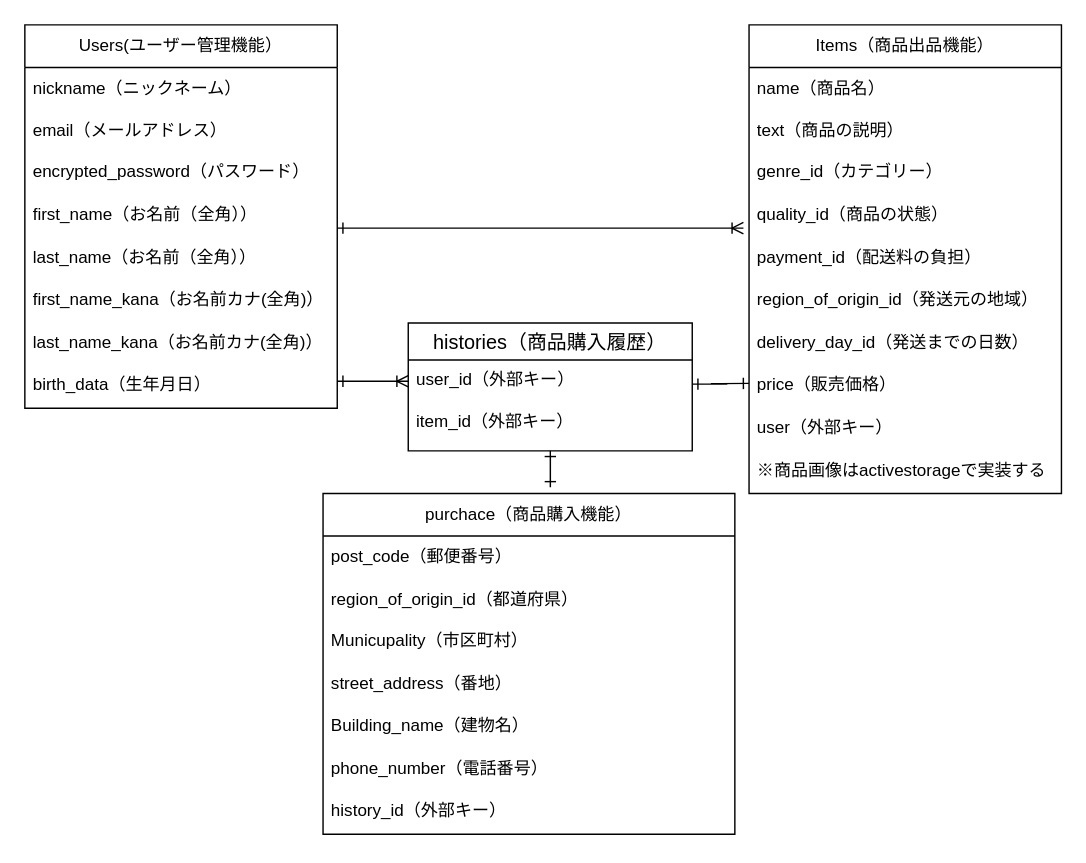
harunanon/furima-40915 keeps this draw.io diagram as test.dio. Above is the earlier version. Source tidied: cells renumbered, new cells numbered last; positions are measured from the earlier drawing's top-left corner, leaving out a move shared by most shapes. Both pictures are drawn from the tidied source at 142%, with x=0, y=0 at pixel (24, 24).
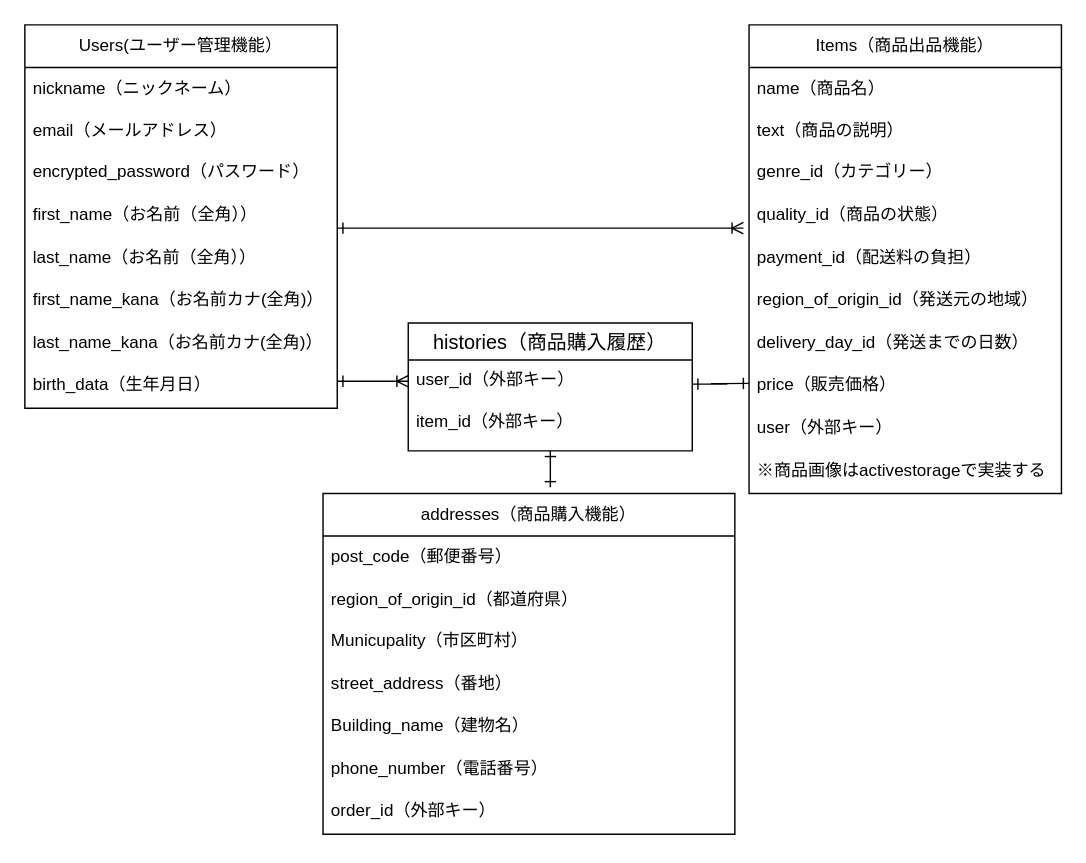
The same page after the edit.

Change to the diagram source:
```diff
@@
-    <mxCell id="29" value="purchace（商品購入機能）" style="swimlane;fontStyle=0;horizontal=1;startSize=30;whiteSpace=wrap;html=1;" parent="1" vertex="1">
+    <mxCell id="29" value="addresses（商品購入機能）" style="swimlane;fontStyle=0;horizontal=1;startSize=30;whiteSpace=wrap;html=1;" parent="1" vertex="1">
       <mxGeometry x="210" y="330" width="290" height="240" as="geometry" />
     </mxCell>
@@
-    <mxCell id="36" value="history_id（外部キー）&#10;" style="text;strokeColor=none;fillColor=none;spacingLeft=4;spacingRight=4;overflow=hidden;fontSize=12;" parent="29" vertex="1">
+    <mxCell id="36" value="order_id（外部キー）&#10;" style="text;strokeColor=none;fillColor=none;spacingLeft=4;spacingRight=4;overflow=hidden;fontSize=12;" parent="29" vertex="1">
       <mxGeometry y="210" width="290" height="30" as="geometry" />
     </mxCell>
```
